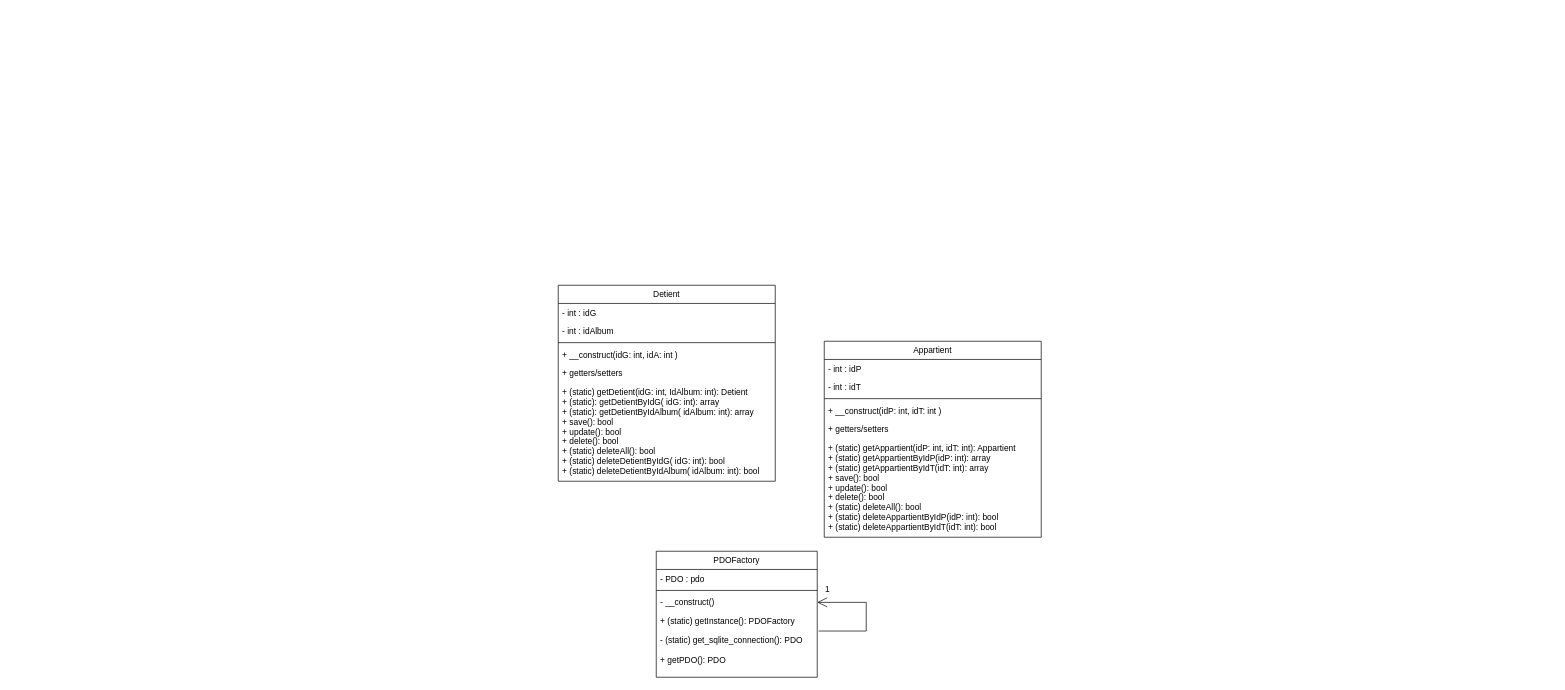
The draw.io diagram diagrams/classes/script/DiagrammeClassesSpotify.drawio in KylianRIBEROU/sae_php_music, before the edit. Source tidied: cells renumbered, new cells numbered last; positions are measured from the earlier drawing's top-left corner, leaving out a move shared by most shapes. Both pictures are drawn from the tidied source at 70%, with x=0, y=0 at pixel (558, 285).
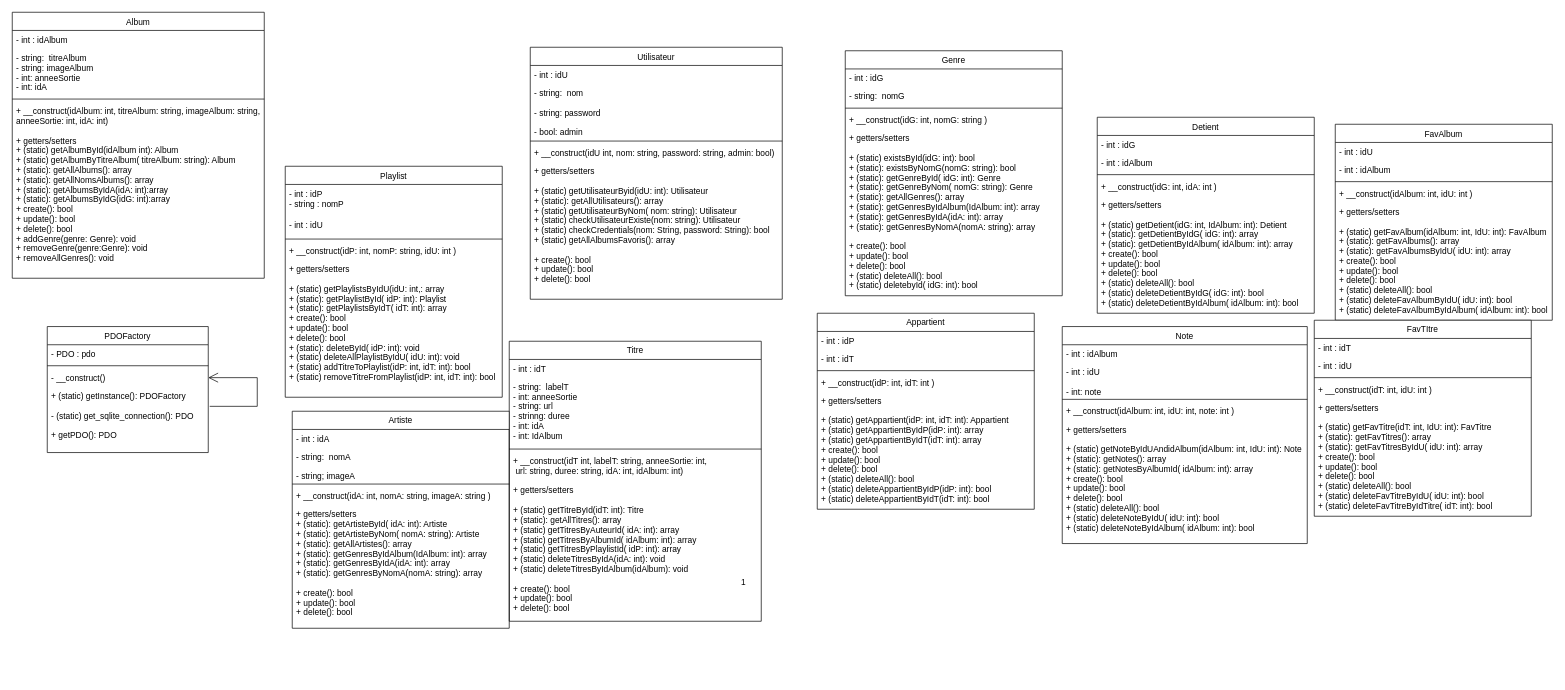
Above is the later version.

Commit message (it also covers changes not shown here):
doc(): ajout diagramme de classes

Change to the diagram source:
```diff
@@
     <mxCell id="2" value="PDOFactory" style="swimlane;fontStyle=0;align=center;verticalAlign=top;horizontal=1;startSize=26;rounded=0;shadow=0;strokeWidth=1;" parent="1" vertex="1">
-      <mxGeometry x="140" y="380" width="230" height="180" as="geometry" />
+      <mxGeometry x="-730" y="59" width="230" height="180" as="geometry" />
     </mxCell>
@@
     <mxCell id="8" value="1" style="text;html=1;strokeColor=none;fillColor=none;align=center;verticalAlign=middle;whiteSpace=wrap;rounded=0;" parent="1" vertex="1">
-      <mxGeometry x="370" y="420" width="30" height="30" as="geometry" />
+      <mxGeometry x="250" y="410" width="30" height="30" as="geometry" />
     </mxCell>
     <mxCell id="9" value="Detient" style="swimlane;fontStyle=0;align=center;verticalAlign=top;horizontal=1;startSize=26;rounded=0;shadow=0;strokeWidth=1;" parent="1" vertex="1">
-      <mxGeometry width="310" height="280" as="geometry" />
+      <mxGeometry x="770" y="-240" width="310" height="280" as="geometry" />
     </mxCell>
@@
-    <mxCell id="14" value="+ getters/setters&#10;&#10;+ (static) getDetient(idG: int, IdAlbum: int): Detient&#10;+ (static): getDetientByIdG( idG: int): array&#10;+ (static): getDetientByIdAlbum( idAlbum: int): array&#10;+ save(): bool&#10;+ update(): bool&#10;+ delete(): bool&#10;+ (static) deleteAll(): bool&#10;+ (static) deleteDetientByIdG( idG: int): bool&#10;+ (static) deleteDetientByIdAlbum( idAlbum: int): bool" style="text;align=left;verticalAlign=top;spacingLeft=4;spacingRight=4;overflow=hidden;" parent="9" vertex="1">
+    <mxCell id="14" value="+ getters/setters&#10;&#10;+ (static) getDetient(idG: int, IdAlbum: int): Detient&#10;+ (static): getDetientByIdG( idG: int): array&#10;+ (static): getDetientByIdAlbum( idAlbum: int): array&#10;+ create(): bool&#10;+ update(): bool&#10;+ delete(): bool&#10;+ (static) deleteAll(): bool&#10;+ (static) deleteDetientByIdG( idG: int): bool&#10;+ (static) deleteDetientByIdAlbum( idAlbum: int): bool" style="text;align=left;verticalAlign=top;spacingLeft=4;spacingRight=4;overflow=hidden;" parent="9" vertex="1">
       <mxGeometry y="112" width="310" height="168" as="geometry" />
     </mxCell>
     <mxCell id="15" value="Appartient" style="swimlane;fontStyle=0;align=center;verticalAlign=top;horizontal=1;startSize=26;rounded=0;shadow=0;strokeWidth=1;" parent="1" vertex="1">
-      <mxGeometry x="380" y="80" width="310" height="280" as="geometry" />
+      <mxGeometry x="370" y="40" width="310" height="280" as="geometry" />
     </mxCell>
@@
-    <mxCell id="20" value="+ getters/setters&#10;&#10;+ (static) getAppartient(idP: int, idT: int): Appartient&#10;+ (static) getAppartientByIdP(idP: int): array&#10;+ (static) getAppartientByIdT(idT: int): array&#10;+ save(): bool&#10;+ update(): bool&#10;+ delete(): bool&#10;+ (static) deleteAll(): bool&#10;+ (static) deleteAppartientByIdP(idP: int): bool&#10;+ (static) deleteAppartientByIdT(idT: int): bool&#10;&#10;" style="text;align=left;verticalAlign=top;spacingLeft=4;spacingRight=4;overflow=hidden;" parent="15" vertex="1">
+    <mxCell id="20" value="+ getters/setters&#10;&#10;+ (static) getAppartient(idP: int, idT: int): Appartient&#10;+ (static) getAppartientByIdP(idP: int): array&#10;+ (static) getAppartientByIdT(idT: int): array&#10;+ create(): bool&#10;+ update(): bool&#10;+ delete(): bool&#10;+ (static) deleteAll(): bool&#10;+ (static) deleteAppartientByIdP(idP: int): bool&#10;+ (static) deleteAppartientByIdT(idT: int): bool&#10;&#10;" style="text;align=left;verticalAlign=top;spacingLeft=4;spacingRight=4;overflow=hidden;" parent="15" vertex="1">
       <mxGeometry y="112" width="310" height="168" as="geometry" />
     </mxCell>
+    <mxCell id="21" value="Playlist" style="swimlane;fontStyle=0;align=center;verticalAlign=top;horizontal=1;startSize=26;rounded=0;shadow=0;strokeWidth=1;" parent="1" vertex="1">
+      <mxGeometry x="-390" y="-170" width="310" height="330" as="geometry" />
+    </mxCell>
+    <mxCell id="22" value="- int : idP&#10;- string : nomP&#10;" style="text;align=left;verticalAlign=top;spacingLeft=4;spacingRight=4;overflow=hidden;" parent="21" vertex="1">
+      <mxGeometry y="26" width="310" height="44" as="geometry" />
+    </mxCell>
+    <mxCell id="23" value="- int : idU" style="text;align=left;verticalAlign=top;spacingLeft=4;spacingRight=4;overflow=hidden;rounded=0;shadow=0;html=0;" parent="21" vertex="1">
+      <mxGeometry y="70" width="310" height="30" as="geometry" />
+    </mxCell>
+    <mxCell id="24" style="line;html=1;strokeWidth=1;align=left;verticalAlign=middle;spacingTop=-1;spacingLeft=3;spacingRight=3;labelPosition=right;" parent="21" vertex="1">
+      <mxGeometry y="100" width="310" height="8" as="geometry" />
+    </mxCell>
+    <mxCell id="25" value="+ __construct(idP: int, nomP: string, idU: int )" style="text;align=left;verticalAlign=top;spacingLeft=4;spacingRight=4;overflow=hidden;" parent="21" vertex="1">
+      <mxGeometry y="108" width="310" height="26" as="geometry" />
+    </mxCell>
+    <mxCell id="26" value="+ getters/setters&#10;&#10;+ (static) getPlaylistsByIdU(idU: int,: array&#10;+ (static): getPlaylistById( idP: int): Playlist&#10;+ (static): getPlaylistsByIdT( idT: int): array&#10;+ create(): bool&#10;+ update(): bool&#10;+ delete(): bool&#10;+ (static): deleteById( idP: int): void&#10;+ (static) deleteAllPlaylistByIdU( idU: int): void&#10;+ (static) addTitreToPlaylist(idP: int, idT: int): bool&#10;+ (static) removeTitreFromPlaylist(idP: int, idT: int): bool" style="text;align=left;verticalAlign=top;spacingLeft=4;spacingRight=4;overflow=hidden;" parent="21" vertex="1">
+      <mxGeometry y="134" width="310" height="196" as="geometry" />
+    </mxCell>
+    <mxCell id="27" value="FavAlbum" style="swimlane;fontStyle=0;align=center;verticalAlign=top;horizontal=1;startSize=26;rounded=0;shadow=0;strokeWidth=1;" parent="1" vertex="1">
+      <mxGeometry x="1110" y="-230" width="310" height="280" as="geometry" />
+    </mxCell>
+    <mxCell id="28" value="- int : idU" style="text;align=left;verticalAlign=top;spacingLeft=4;spacingRight=4;overflow=hidden;rounded=0;shadow=0;html=0;" parent="27" vertex="1">
+      <mxGeometry y="26" width="310" height="26" as="geometry" />
+    </mxCell>
+    <mxCell id="29" value="- int : idAlbum" style="text;align=left;verticalAlign=top;spacingLeft=4;spacingRight=4;overflow=hidden;" parent="27" vertex="1">
+      <mxGeometry y="52" width="310" height="26" as="geometry" />
+    </mxCell>
+    <mxCell id="30" style="line;html=1;strokeWidth=1;align=left;verticalAlign=middle;spacingTop=-1;spacingLeft=3;spacingRight=3;labelPosition=right;" parent="27" vertex="1">
+      <mxGeometry y="78" width="310" height="8" as="geometry" />
+    </mxCell>
+    <mxCell id="31" value="+ __construct(idAlbum: int, idU: int )" style="text;align=left;verticalAlign=top;spacingLeft=4;spacingRight=4;overflow=hidden;" parent="27" vertex="1">
+      <mxGeometry y="86" width="310" height="26" as="geometry" />
+    </mxCell>
+    <mxCell id="32" value="+ getters/setters&#10;&#10;+ (static) getFavAlbum(idAlbum: int, IdU: int): FavAlbum&#10;+ (static): getFavAlbums(): array&#10;+ (static): getFavAlbumsByIdU( idU: int): array&#10;+ create(): bool&#10;+ update(): bool&#10;+ delete(): bool&#10;+ (static) deleteAll(): bool&#10;+ (static) deleteFavAlbumByIdU( idU: int): bool&#10;+ (static) deleteFavAlbumByIdAlbum( idAlbum: int): bool" style="text;align=left;verticalAlign=top;spacingLeft=4;spacingRight=4;overflow=hidden;" parent="27" vertex="1">
+      <mxGeometry y="112" width="310" height="168" as="geometry" />
+    </mxCell>
+    <mxCell id="33" value="FavTItre" style="swimlane;fontStyle=0;align=center;verticalAlign=top;horizontal=1;startSize=26;rounded=0;shadow=0;strokeWidth=1;" parent="1" vertex="1">
+      <mxGeometry x="1080" y="50" width="310" height="280" as="geometry" />
+    </mxCell>
+    <mxCell id="34" value="- int : idT" style="text;align=left;verticalAlign=top;spacingLeft=4;spacingRight=4;overflow=hidden;" parent="33" vertex="1">
+      <mxGeometry y="26" width="310" height="26" as="geometry" />
+    </mxCell>
+    <mxCell id="35" value="- int : idU" style="text;align=left;verticalAlign=top;spacingLeft=4;spacingRight=4;overflow=hidden;rounded=0;shadow=0;html=0;" parent="33" vertex="1">
+      <mxGeometry y="52" width="310" height="26" as="geometry" />
+    </mxCell>
+    <mxCell id="36" style="line;html=1;strokeWidth=1;align=left;verticalAlign=middle;spacingTop=-1;spacingLeft=3;spacingRight=3;labelPosition=right;" parent="33" vertex="1">
+      <mxGeometry y="78" width="310" height="8" as="geometry" />
+    </mxCell>
+    <mxCell id="37" value="+ __construct(idT: int, idU: int )" style="text;align=left;verticalAlign=top;spacingLeft=4;spacingRight=4;overflow=hidden;" parent="33" vertex="1">
+      <mxGeometry y="86" width="310" height="26" as="geometry" />
+    </mxCell>
+    <mxCell id="38" value="+ getters/setters&#10;&#10;+ (static) getFavTitre(idT: int, IdU: int): FavTitre&#10;+ (static): getFavTitres(): array&#10;+ (static): getFavTitresByIdU( idU: int): array&#10;+ create(): bool&#10;+ update(): bool&#10;+ delete(): bool&#10;+ (static) deleteAll(): bool&#10;+ (static) deleteFavTitreByIdU( idU: int): bool&#10;+ (static) deleteFavTitreByIdTitre( idT: int): bool" style="text;align=left;verticalAlign=top;spacingLeft=4;spacingRight=4;overflow=hidden;" parent="33" vertex="1">
+      <mxGeometry y="112" width="310" height="168" as="geometry" />
+    </mxCell>
+    <mxCell id="39" value="Note" style="swimlane;fontStyle=0;align=center;verticalAlign=top;horizontal=1;startSize=26;rounded=0;shadow=0;strokeWidth=1;" parent="1" vertex="1">
+      <mxGeometry x="720" y="59" width="350" height="310" as="geometry" />
+    </mxCell>
+    <mxCell id="40" value="- int : idAlbum" style="text;align=left;verticalAlign=top;spacingLeft=4;spacingRight=4;overflow=hidden;" parent="39" vertex="1">
+      <mxGeometry y="26" width="350" height="26" as="geometry" />
+    </mxCell>
+    <mxCell id="41" value="- int : idU&#10;&#10;- int: note" style="text;align=left;verticalAlign=top;spacingLeft=4;spacingRight=4;overflow=hidden;rounded=0;shadow=0;html=0;" parent="39" vertex="1">
+      <mxGeometry y="52" width="350" height="48" as="geometry" />
+    </mxCell>
+    <mxCell id="42" style="line;html=1;strokeWidth=1;align=left;verticalAlign=middle;spacingTop=-1;spacingLeft=3;spacingRight=3;labelPosition=right;" parent="39" vertex="1">
+      <mxGeometry y="100" width="350" height="8" as="geometry" />
+    </mxCell>
+    <mxCell id="43" value="+ __construct(idAlbum: int, idU: int, note: int )" style="text;align=left;verticalAlign=top;spacingLeft=4;spacingRight=4;overflow=hidden;" parent="39" vertex="1">
+      <mxGeometry y="108" width="350" height="26" as="geometry" />
+    </mxCell>
+    <mxCell id="44" value="+ getters/setters&#10;&#10;+ (static) getNoteByIdUAndidAlbum(idAlbum: int, IdU: int): Note&#10;+ (static): getNotes(): array&#10;+ (static): getNotesByAlbumId( idAlbum: int): array&#10;+ create(): bool&#10;+ update(): bool&#10;+ delete(): bool&#10;+ (static) deleteAll(): bool&#10;+ (static) deleteNoteByIdU( idU: int): bool&#10;+ (static) deleteNoteByIdAlbum( idAlbum: int): bool" style="text;align=left;verticalAlign=top;spacingLeft=4;spacingRight=4;overflow=hidden;" parent="39" vertex="1">
+      <mxGeometry y="134" width="350" height="168" as="geometry" />
+    </mxCell>
+    <mxCell id="45" value="Genre" style="swimlane;fontStyle=0;align=center;verticalAlign=top;horizontal=1;startSize=26;rounded=0;shadow=0;strokeWidth=1;" parent="1" vertex="1">
+      <mxGeometry x="410" y="-335" width="310" height="350" as="geometry" />
+    </mxCell>
+    <mxCell id="46" value="- int : idG" style="text;align=left;verticalAlign=top;spacingLeft=4;spacingRight=4;overflow=hidden;" parent="45" vertex="1">
+      <mxGeometry y="26" width="310" height="26" as="geometry" />
+    </mxCell>
+    <mxCell id="47" value="- string:  nomG" style="text;align=left;verticalAlign=top;spacingLeft=4;spacingRight=4;overflow=hidden;rounded=0;shadow=0;html=0;" parent="45" vertex="1">
+      <mxGeometry y="52" width="310" height="26" as="geometry" />
+    </mxCell>
+    <mxCell id="48" style="line;html=1;strokeWidth=1;align=left;verticalAlign=middle;spacingTop=-1;spacingLeft=3;spacingRight=3;labelPosition=right;" parent="45" vertex="1">
+      <mxGeometry y="78" width="310" height="8" as="geometry" />
+    </mxCell>
+    <mxCell id="49" value="+ __construct(idG: int, nomG: string )" style="text;align=left;verticalAlign=top;spacingLeft=4;spacingRight=4;overflow=hidden;" parent="45" vertex="1">
+      <mxGeometry y="86" width="310" height="26" as="geometry" />
+    </mxCell>
+    <mxCell id="50" value="+ getters/setters&#10;&#10;+ (static) existsById(idG: int): bool&#10;+ (static): existsByNomG(nomG: string): bool&#10;+ (static): getGenreById( idG: int): Genre&#10;+ (static): getGenreByNom( nomG: string): Genre&#10;+ (static): getAllGenres(): array&#10;+ (static): getGenresByIdAlbum(IdAlbum: int): array&#10;+ (static): getGenresByIdA(idA: int): array&#10;+ (static): getGenresByNomA(nomA: string): array&#10;&#10;+ create(): bool&#10;+ update(): bool&#10;+ delete(): bool&#10;+ (static) deleteAll(): bool&#10;+ (static) deletebyId( idG: int): bool" style="text;align=left;verticalAlign=top;spacingLeft=4;spacingRight=4;overflow=hidden;" parent="45" vertex="1">
+      <mxGeometry y="112" width="310" height="238" as="geometry" />
+    </mxCell>
+    <mxCell id="51" value="Utilisateur" style="swimlane;fontStyle=0;align=center;verticalAlign=top;horizontal=1;startSize=26;rounded=0;shadow=0;strokeWidth=1;" parent="1" vertex="1">
+      <mxGeometry x="-40" y="-340" width="360" height="360" as="geometry" />
+    </mxCell>
+    <mxCell id="52" value="- int : idU" style="text;align=left;verticalAlign=top;spacingLeft=4;spacingRight=4;overflow=hidden;" parent="51" vertex="1">
+      <mxGeometry y="26" width="360" height="26" as="geometry" />
+    </mxCell>
+    <mxCell id="53" value="- string:  nom&#10;&#10;- string: password&#10;&#10;- bool: admin" style="text;align=left;verticalAlign=top;spacingLeft=4;spacingRight=4;overflow=hidden;rounded=0;shadow=0;html=0;" parent="51" vertex="1">
+      <mxGeometry y="52" width="360" height="78" as="geometry" />
+    </mxCell>
+    <mxCell id="54" style="line;html=1;strokeWidth=1;align=left;verticalAlign=middle;spacingTop=-1;spacingLeft=3;spacingRight=3;labelPosition=right;" parent="51" vertex="1">
+      <mxGeometry y="130" width="360" height="8" as="geometry" />
+    </mxCell>
+    <mxCell id="55" value="+ __construct(idU int, nom: string, password: string, admin: bool) " style="text;align=left;verticalAlign=top;spacingLeft=4;spacingRight=4;overflow=hidden;" parent="51" vertex="1">
+      <mxGeometry y="138" width="360" height="26" as="geometry" />
+    </mxCell>
+    <mxCell id="56" value="+ getters/setters&#10;&#10;+ (static) getUtilisateurByid(idU: int): Utilisateur&#10;+ (static): getAllUtilisateurs(): array&#10;+ (static) getUtilisateurByNom( nom: string): Utilisateur&#10;+ (static) checkUtilisateurExiste(nom: string): Utilisateur&#10;+ (static) checkCredentials(nom: String, password: String): bool&#10;+ (static) getAllAlbumsFavoris(): array&#10;&#10;+ create(): bool&#10;+ update(): bool&#10;+ delete(): bool" style="text;align=left;verticalAlign=top;spacingLeft=4;spacingRight=4;overflow=hidden;" parent="51" vertex="1">
+      <mxGeometry y="164" width="360" height="196" as="geometry" />
+    </mxCell>
+    <mxCell id="57" value="Titre" style="swimlane;fontStyle=0;align=center;verticalAlign=top;horizontal=1;startSize=26;rounded=0;shadow=0;strokeWidth=1;" parent="1" vertex="1">
+      <mxGeometry x="-70" y="80" width="360" height="400" as="geometry" />
+    </mxCell>
+    <mxCell id="58" value="- int : idT" style="text;align=left;verticalAlign=top;spacingLeft=4;spacingRight=4;overflow=hidden;" parent="57" vertex="1">
+      <mxGeometry y="26" width="360" height="26" as="geometry" />
+    </mxCell>
+    <mxCell id="59" value="- string:  labelT&#10;- int: anneeSortie&#10;- string: url&#10;- strinng: duree&#10;- int: idA&#10;- int: IdAlbum" style="text;align=left;verticalAlign=top;spacingLeft=4;spacingRight=4;overflow=hidden;rounded=0;shadow=0;html=0;" parent="57" vertex="1">
+      <mxGeometry y="52" width="360" height="98" as="geometry" />
+    </mxCell>
+    <mxCell id="60" style="line;html=1;strokeWidth=1;align=left;verticalAlign=middle;spacingTop=-1;spacingLeft=3;spacingRight=3;labelPosition=right;" parent="57" vertex="1">
+      <mxGeometry y="150" width="360" height="8" as="geometry" />
+    </mxCell>
+    <mxCell id="61" value="+ __construct(idT int, labelT: string, anneeSortie: int,&#10; url: string, duree: string, idA: int, idAlbum: int) " style="text;align=left;verticalAlign=top;spacingLeft=4;spacingRight=4;overflow=hidden;" parent="57" vertex="1">
+      <mxGeometry y="158" width="360" height="42" as="geometry" />
+    </mxCell>
+    <mxCell id="62" value="+ getters/setters&#10;&#10;+ (static) getTitreById(idT: int): Titre&#10;+ (static): getAllTitres(): array&#10;+ (static) getTitresByAuteurId( idA: int): array&#10;+ (static) getTitresByAlbumId( idAlbum: int): array&#10;+ (static) getTitresByPlaylistId( idP: int): array&#10;+ (static) deleteTitresByIdA(idA: int): void&#10;+ (static) deleteTitresByIdAlbum(idAlbum): void&#10;&#10;+ create(): bool&#10;+ update(): bool&#10;+ delete(): bool" style="text;align=left;verticalAlign=top;spacingLeft=4;spacingRight=4;overflow=hidden;" parent="57" vertex="1">
+      <mxGeometry y="200" width="360" height="196" as="geometry" />
+    </mxCell>
+    <mxCell id="63" value="Artiste" style="swimlane;fontStyle=0;align=center;verticalAlign=top;horizontal=1;startSize=26;rounded=0;shadow=0;strokeWidth=1;" parent="1" vertex="1">
+      <mxGeometry x="-380" y="180" width="310" height="310" as="geometry" />
+    </mxCell>
+    <mxCell id="64" value="- int : idA" style="text;align=left;verticalAlign=top;spacingLeft=4;spacingRight=4;overflow=hidden;" parent="63" vertex="1">
+      <mxGeometry y="26" width="310" height="26" as="geometry" />
+    </mxCell>
+    <mxCell id="65" value="- string:  nomA&#10;&#10;- string; imageA" style="text;align=left;verticalAlign=top;spacingLeft=4;spacingRight=4;overflow=hidden;rounded=0;shadow=0;html=0;" parent="63" vertex="1">
+      <mxGeometry y="52" width="310" height="48" as="geometry" />
+    </mxCell>
+    <mxCell id="66" style="line;html=1;strokeWidth=1;align=left;verticalAlign=middle;spacingTop=-1;spacingLeft=3;spacingRight=3;labelPosition=right;" parent="63" vertex="1">
+      <mxGeometry y="100" width="310" height="8" as="geometry" />
+    </mxCell>
+    <mxCell id="67" value="+ __construct(idA: int, nomA: string, imageA: string )" style="text;align=left;verticalAlign=top;spacingLeft=4;spacingRight=4;overflow=hidden;" parent="63" vertex="1">
+      <mxGeometry y="108" width="310" height="26" as="geometry" />
+    </mxCell>
+    <mxCell id="68" value="+ getters/setters&#10;+ (static): getArtisteById( idA: int): Artiste&#10;+ (static): getArtisteByNom( nomA: string): Artiste&#10;+ (static): getAllArtistes(): array&#10;+ (static): getGenresByIdAlbum(IdAlbum: int): array&#10;+ (static): getGenresByIdA(idA: int): array&#10;+ (static): getGenresByNomA(nomA: string): array&#10;&#10;+ create(): bool&#10;+ update(): bool&#10;+ delete(): bool" style="text;align=left;verticalAlign=top;spacingLeft=4;spacingRight=4;overflow=hidden;" parent="63" vertex="1">
+      <mxGeometry y="134" width="310" height="176" as="geometry" />
+    </mxCell>
+    <mxCell id="69" value="Album" style="swimlane;fontStyle=0;align=center;verticalAlign=top;horizontal=1;startSize=26;rounded=0;shadow=0;strokeWidth=1;" parent="1" vertex="1">
+      <mxGeometry x="-780" y="-390" width="360" height="380" as="geometry" />
+    </mxCell>
+    <mxCell id="70" value="- int : idAlbum" style="text;align=left;verticalAlign=top;spacingLeft=4;spacingRight=4;overflow=hidden;" parent="69" vertex="1">
+      <mxGeometry y="26" width="360" height="26" as="geometry" />
+    </mxCell>
+    <mxCell id="71" value="- string:  titreAlbum&#10;- string: imageAlbum&#10;- int: anneeSortie&#10;- int: idA" style="text;align=left;verticalAlign=top;spacingLeft=4;spacingRight=4;overflow=hidden;rounded=0;shadow=0;html=0;" parent="69" vertex="1">
+      <mxGeometry y="52" width="360" height="68" as="geometry" />
+    </mxCell>
+    <mxCell id="72" style="line;html=1;strokeWidth=1;align=left;verticalAlign=middle;spacingTop=-1;spacingLeft=3;spacingRight=3;labelPosition=right;" parent="69" vertex="1">
+      <mxGeometry y="120" width="360" height="8" as="geometry" />
+    </mxCell>
+    <mxCell id="73" value="+ __construct(idAlbum: int, titreAlbum: string, imageAlbum: string,&#10;anneeSortie: int, idA: int) " style="text;align=left;verticalAlign=top;spacingLeft=4;spacingRight=4;overflow=hidden;" parent="69" vertex="1">
+      <mxGeometry y="128" width="360" height="42" as="geometry" />
+    </mxCell>
+    <mxCell id="74" value="+ getters/setters&#10;+ (static) getAlbumById(idAlbum int): Album&#10;+ (static) getAlbumByTitreAlbum( titreAlbum: string): Album&#10;+ (static): getAllAlbums(): array&#10;+ (static): getAllNomsAlbums(): array&#10;+ (static): getAlbumsByIdA(idA: int):array&#10;+ (static): getAlbumsByIdG(idG: int):array&#10;+ create(): bool&#10;+ update(): bool&#10;+ delete(): bool&#10;+ addGenre(genre: Genre): void&#10;+ removeGenre(genre:Genre): void&#10;+ removeAllGenres(): void" style="text;align=left;verticalAlign=top;spacingLeft=4;spacingRight=4;overflow=hidden;" parent="69" vertex="1">
+      <mxGeometry y="170" width="360" height="196" as="geometry" />
+    </mxCell>
```
